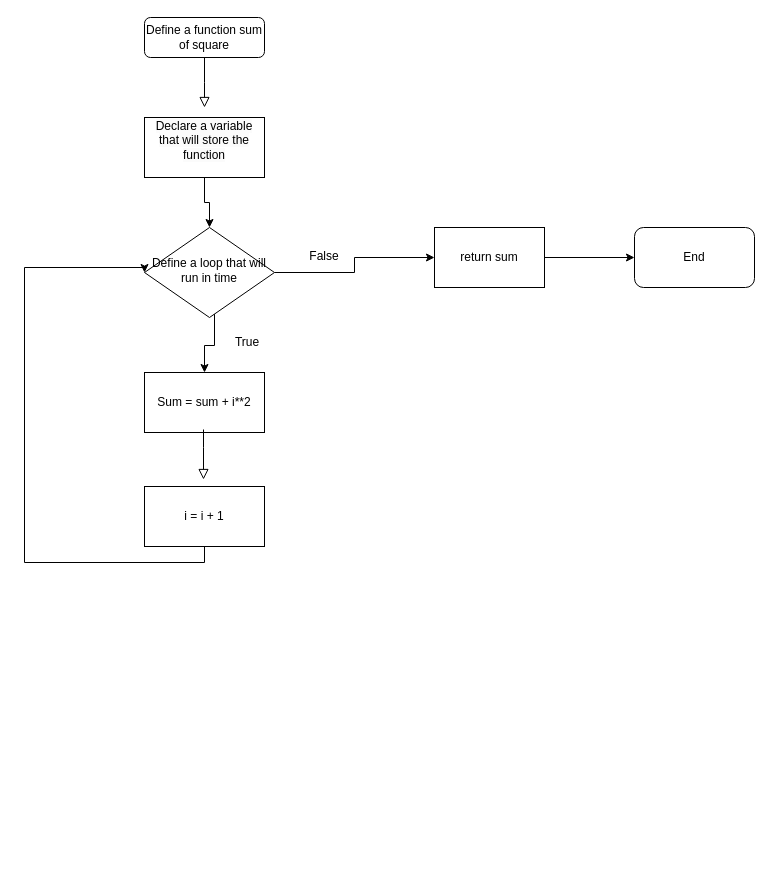
This is Untitled Diagram.drawio from sarahadeks/mapping-data, a draw.io file, before an edit. Source tidied: cells renumbered, new cells numbered last; positions are measured from the earlier drawing's top-left corner, leaving out a move shared by most shapes. Both pictures are drawn from the tidied source at 100%, with x=0, y=0 at pixel (24, 17).
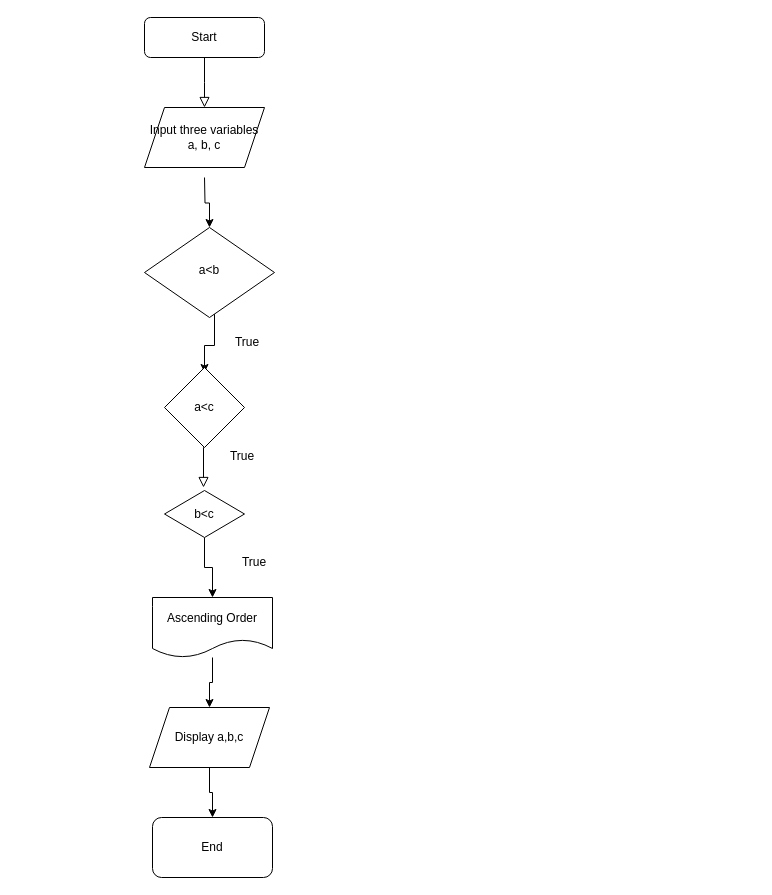
The same diagram, later.

What changed in the source:
```diff
@@
-    <mxCell id="3" value="Define a function sum of square" style="rounded=1;whiteSpace=wrap;html=1;fontSize=12;glass=0;strokeWidth=1;shadow=0;" parent="1" vertex="1">
+    <mxCell id="3" value="Start" style="rounded=1;whiteSpace=wrap;html=1;fontSize=12;glass=0;strokeWidth=1;shadow=0;" parent="1" vertex="1">
       <mxGeometry x="120" width="120" height="40" as="geometry" />
     </mxCell>
-    <mxCell id="4" style="edgeStyle=orthogonalEdgeStyle;rounded=0;jettySize=auto;html=1;entryX=0;entryY=0.5;entryDx=0;entryDy=0;" parent="1" edge="1" source="6" target="14">
-      <mxGeometry relative="1" as="geometry" />
-    </mxCell>
-    <mxCell id="5" style="edgeStyle=orthogonalEdgeStyle;rounded=0;jettySize=auto;html=1;" parent="1" edge="1" source="6" target="9">
+    <mxCell id="5" style="edgeStyle=orthogonalEdgeStyle;rounded=0;jettySize=auto;html=1;" parent="1" edge="1" source="6">
       <mxGeometry relative="1" as="geometry">
+        <mxPoint x="180" y="355" as="targetPoint" />
         <Array as="points">
           <mxPoint x="190" y="328" />
           <mxPoint x="180" y="328" />
         </Array>
       </mxGeometry>
     </mxCell>
-    <mxCell id="6" value="Define a loop that will run in time" style="rhombus;whiteSpace=wrap;html=1;shadow=0;fontFamily=Helvetica;fontSize=12;align=center;strokeWidth=1;spacing=6;spacingTop=-4;" parent="1" vertex="1">
+    <mxCell id="6" value="a&amp;lt;b" style="rhombus;whiteSpace=wrap;html=1;shadow=0;fontFamily=Helvetica;fontSize=12;align=center;strokeWidth=1;spacing=6;spacingTop=-4;" parent="1" vertex="1">
       <mxGeometry x="120" y="210" width="130" height="90" as="geometry" />
     </mxCell>
-    <mxCell id="7" style="edgeStyle=orthogonalEdgeStyle;rounded=0;jettySize=auto;html=1;entryX=0.5;entryY=0;entryDx=0;entryDy=0;" parent="1" edge="1" source="8" target="6">
-      <mxGeometry relative="1" as="geometry" />
+    <mxCell id="7" style="edgeStyle=orthogonalEdgeStyle;rounded=0;jettySize=auto;html=1;entryX=0.5;entryY=0;entryDx=0;entryDy=0;" parent="1" edge="1" target="6">
+      <mxGeometry relative="1" as="geometry">
+        <mxPoint x="180" y="160" as="sourcePoint" />
+      </mxGeometry>
     </mxCell>
-    <mxCell id="8" value="&#10;&lt;span style=&quot;color: rgb(0, 0, 0); font-family: Helvetica; font-size: 12px; font-style: normal; font-variant-ligatures: normal; font-variant-caps: normal; font-weight: 400; letter-spacing: normal; orphans: 2; text-align: center; text-indent: 0px; text-transform: none; widows: 2; word-spacing: 0px; -webkit-text-stroke-width: 0px; background-color: rgb(251, 251, 251); text-decoration-thickness: initial; text-decoration-style: initial; text-decoration-color: initial; float: none; display: inline !important;&quot;&gt;Declare a variable that will store the function&lt;/span&gt;&#10;&#10;" style="rounded=0;whiteSpace=wrap;html=1;" parent="1" vertex="1">
-      <mxGeometry x="120" y="100" width="120" height="60" as="geometry" />
-    </mxCell>
-    <mxCell id="9" value="Sum = sum + i**2" style="rounded=0;whiteSpace=wrap;html=1;" parent="1" vertex="1">
-      <mxGeometry x="120" y="355" width="120" height="60" as="geometry" />
-    </mxCell>
-    <mxCell id="10" style="edgeStyle=orthogonalEdgeStyle;rounded=0;jettySize=auto;html=1;exitX=0.5;exitY=1;exitDx=0;exitDy=0;entryX=0;entryY=0.5;entryDx=0;entryDy=0;" parent="1" edge="1" source="11" target="6">
-      <mxGeometry relative="1" as="geometry">
-        <Array as="points">
-          <mxPoint x="180" y="545" />
-          <mxPoint y="545" />
-          <mxPoint y="250" />
-        </Array>
-      </mxGeometry>
-    </mxCell>
-    <mxCell id="11" value="i = i + 1" style="rounded=0;whiteSpace=wrap;html=1;" parent="1" vertex="1">
-      <mxGeometry x="120" y="469" width="120" height="60" as="geometry" />
-    </mxCell>
     <mxCell id="12" style="rounded=0;html=1;jettySize=auto;orthogonalLoop=1;fontSize=11;endArrow=block;endFill=0;endSize=8;strokeWidth=1;shadow=0;labelBackgroundColor=none;edgeStyle=orthogonalEdgeStyle;" parent="1" edge="1">
       <mxGeometry relative="1" as="geometry">
         <mxPoint x="179" y="412" as="sourcePoint" />
-        <mxPoint x="179" y="462" as="targetPoint" />
+        <mxPoint x="179" y="470" as="targetPoint" />
         <Array as="points">
           <mxPoint x="179" y="430" />
           <mxPoint x="179" y="430" />
         </Array>
       </mxGeometry>
     </mxCell>
-    <mxCell id="13" style="edgeStyle=orthogonalEdgeStyle;rounded=0;jettySize=auto;html=1;" parent="1" edge="1" source="14" target="15">
-      <mxGeometry relative="1" as="geometry" />
-    </mxCell>
-    <mxCell id="14" value="return sum" style="rounded=0;whiteSpace=wrap;html=1;" parent="1" vertex="1">
-      <mxGeometry x="410" y="210" width="110" height="60" as="geometry" />
-    </mxCell>
+    <mxCell id="17" value="True" style="text;html=1;strokeColor=none;fillColor=none;align=center;verticalAlign=middle;whiteSpace=wrap;rounded=0;" parent="1" vertex="1">
+      <mxGeometry x="193" y="310" width="60" height="30" as="geometry" />
+    </mxCell>
+    <mxCell id="18" value="Input three variables a, b, c" style="shape=parallelogram;perimeter=parallelogramPerimeter;whiteSpace=wrap;html=1;fixedSize=1;" parent="1" vertex="1">
+      <mxGeometry x="120" y="90" width="120" height="60" as="geometry" />
+    </mxCell>
+    <mxCell id="19" value="a&amp;lt;c" style="rhombus;whiteSpace=wrap;html=1;" parent="1" vertex="1">
+      <mxGeometry x="140" y="350" width="80" height="80" as="geometry" />
+    </mxCell>
+    <mxCell id="20" style="edgeStyle=orthogonalEdgeStyle;rounded=0;jettySize=auto;html=1;" parent="1" edge="1" source="21" target="24">
+      <mxGeometry relative="1" as="geometry" />
+    </mxCell>
+    <mxCell id="21" value="b&amp;lt;c" style="rhombus;whiteSpace=wrap;html=1;" parent="1" vertex="1">
+      <mxGeometry x="140" y="473" width="80" height="47" as="geometry" />
+    </mxCell>
+    <mxCell id="22" value="True" style="text;html=1;strokeColor=none;fillColor=none;align=center;verticalAlign=middle;whiteSpace=wrap;rounded=0;" parent="1" vertex="1">
+      <mxGeometry x="188" y="424" width="60" height="30" as="geometry" />
+    </mxCell>
+    <mxCell id="23" style="edgeStyle=orthogonalEdgeStyle;rounded=0;jettySize=auto;html=1;" parent="1" edge="1" source="24" target="26">
+      <mxGeometry relative="1" as="geometry" />
+    </mxCell>
+    <mxCell id="24" value="Ascending Order" style="shape=document;whiteSpace=wrap;html=1;boundedLbl=1;" parent="1" vertex="1">
+      <mxGeometry x="128" y="580" width="120" height="60" as="geometry" />
+    </mxCell>
+    <mxCell id="25" style="edgeStyle=orthogonalEdgeStyle;rounded=0;jettySize=auto;html=1;" parent="1" edge="1" source="26" target="15">
+      <mxGeometry relative="1" as="geometry" />
+    </mxCell>
+    <mxCell id="26" value="Display a,b,c" style="shape=parallelogram;perimeter=parallelogramPerimeter;whiteSpace=wrap;html=1;fixedSize=1;" parent="1" vertex="1">
+      <mxGeometry x="125" y="690" width="120" height="60" as="geometry" />
+    </mxCell>
     <mxCell id="15" value="End" style="rounded=1;whiteSpace=wrap;html=1;" parent="1" vertex="1">
-      <mxGeometry x="610" y="210" width="120" height="60" as="geometry" />
+      <mxGeometry x="128" y="800" width="120" height="60" as="geometry" />
     </mxCell>
-    <mxCell id="16" value="False" style="text;html=1;strokeColor=none;fillColor=none;align=center;verticalAlign=middle;whiteSpace=wrap;rounded=0;" parent="1" vertex="1">
-      <mxGeometry x="270" y="224" width="60" height="30" as="geometry" />
-    </mxCell>
-    <mxCell id="17" value="True" style="text;html=1;strokeColor=none;fillColor=none;align=center;verticalAlign=middle;whiteSpace=wrap;rounded=0;" parent="1" vertex="1">
-      <mxGeometry x="193" y="310" width="60" height="30" as="geometry" />
-    </mxCell>
+    <mxCell id="27" value="True" style="text;html=1;strokeColor=none;fillColor=none;align=center;verticalAlign=middle;whiteSpace=wrap;rounded=0;" parent="1" vertex="1">
+      <mxGeometry x="200" y="530" width="60" height="30" as="geometry" />
+    </mxCell>
```
